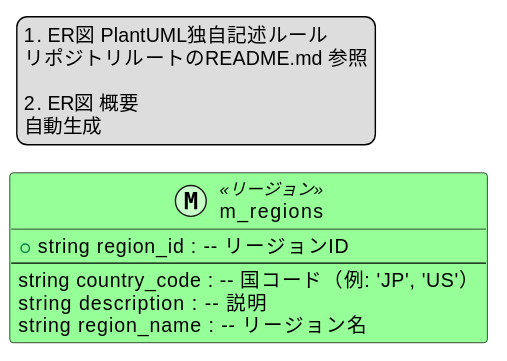
This is db/er/image/er_master_db_gen.svg from tusmasoma/cue-gen-samples, a PlantUML export, as it was before one commit. Its source is kept beside it as db/er/er_master_db_gen.puml.
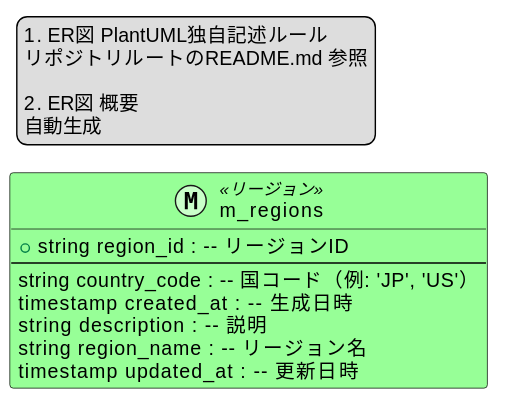
Above is the later version.

Change to the diagram source:
```diff
@@ -6,8 +6,10 @@
       + string region_id : -- リージョンID
       --
       string country_code : -- 国コード（例: 'JP', 'US'）
+      timestamp created_at : -- 生成日時
       string description : -- 説明
       string region_name : -- リージョン名
+      timestamp updated_at : -- 更新日時
   }
 
 
```
